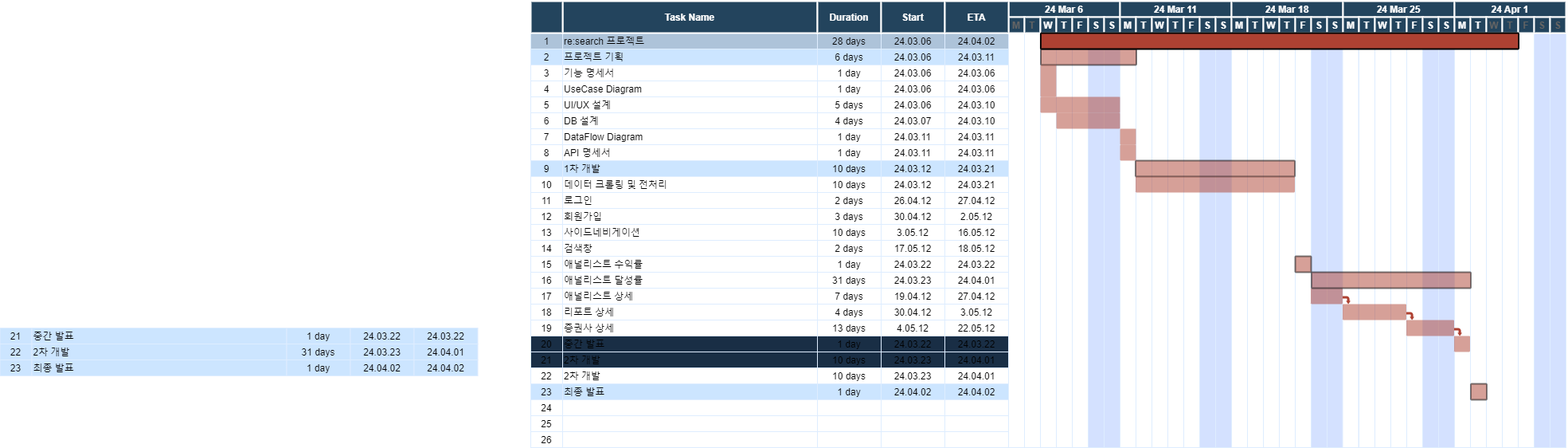
This is diagram/Gantt.drawio.png from PDA-stockX/research-crawling, a draw.io export, as it was before one commit. Source tidied: cells renumbered, new cells last; positions are measured from the earlier drawing's top-left corner, leaving out a move shared by most shapes.
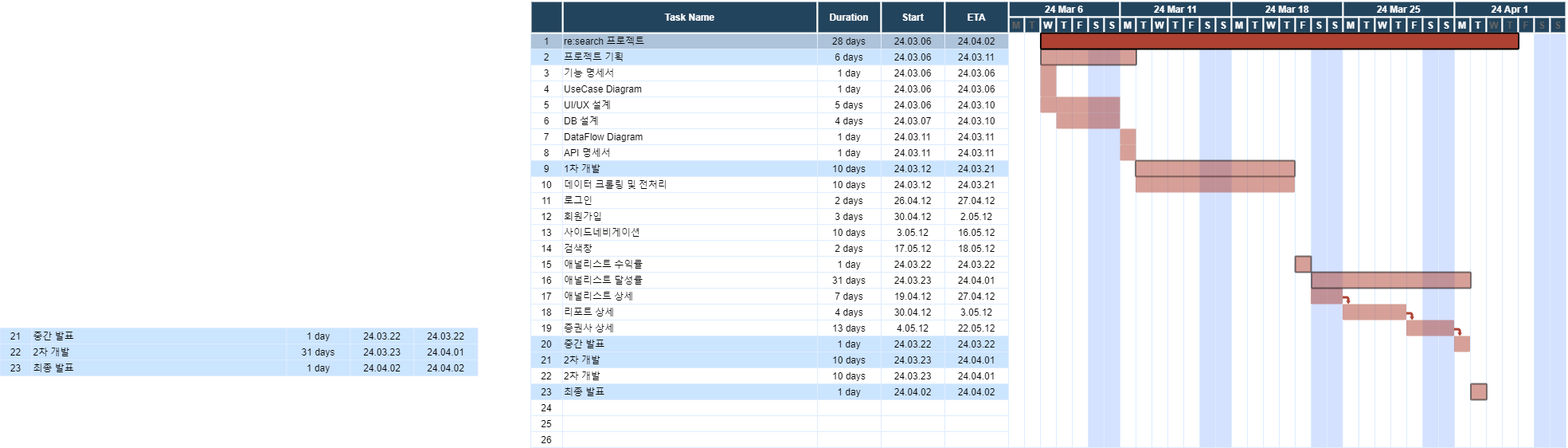
Above is the later version.

What changed in the source:
```diff
@@ -263,28 +263,28 @@
     <mxCell id="88" value="22.05.12" style="strokeColor=#DEEDFF;" parent="1" vertex="1">
       <mxGeometry x="1186.5" y="400" width="80" height="20" as="geometry" />
     </mxCell>
-    <mxCell id="89" value="20" style="strokeColor=#DEEDFF;fillColor=#192e45;" parent="1" vertex="1">
+    <mxCell id="89" value="20" style="strokeColor=#DEEDFF;fillColor=#cce5ff;" parent="1" vertex="1">
       <mxGeometry x="666.5" y="420" width="40" height="20" as="geometry" />
     </mxCell>
-    <mxCell id="90" value="1 day" style="strokeColor=#DEEDFF;fillColor=#192e45;" parent="1" vertex="1">
+    <mxCell id="90" value="1 day" style="strokeColor=#DEEDFF;fillColor=#cce5ff;" parent="1" vertex="1">
       <mxGeometry x="1026.5" y="420" width="80" height="20" as="geometry" />
     </mxCell>
-    <mxCell id="91" value="24.03.22" style="strokeColor=#DEEDFF;fillColor=#192e45;" parent="1" vertex="1">
+    <mxCell id="91" value="24.03.22" style="strokeColor=#DEEDFF;fillColor=#cce5ff;" parent="1" vertex="1">
       <mxGeometry x="1106.5" y="420" width="80" height="20" as="geometry" />
     </mxCell>
-    <mxCell id="92" value="24.03.22" style="strokeColor=#DEEDFF;fillColor=#192e45;" parent="1" vertex="1">
+    <mxCell id="92" value="24.03.22" style="strokeColor=#DEEDFF;fillColor=#cce5ff;" parent="1" vertex="1">
       <mxGeometry x="1186.5" y="420" width="80" height="20" as="geometry" />
     </mxCell>
-    <mxCell id="93" value="21" style="strokeColor=#DEEDFF;fillColor=#192e45;" parent="1" vertex="1">
+    <mxCell id="93" value="21" style="strokeColor=#DEEDFF;fillColor=#cce5ff;" parent="1" vertex="1">
       <mxGeometry x="666.5" y="440" width="40" height="20" as="geometry" />
     </mxCell>
-    <mxCell id="94" value="10 days" style="strokeColor=#DEEDFF;fillColor=#192e45;" parent="1" vertex="1">
+    <mxCell id="94" value="10 days" style="strokeColor=#DEEDFF;fillColor=#cce5ff;" parent="1" vertex="1">
       <mxGeometry x="1026.5" y="440" width="80" height="20" as="geometry" />
     </mxCell>
-    <mxCell id="95" value="24.03.23" style="strokeColor=#DEEDFF;fillColor=#192e45;" parent="1" vertex="1">
+    <mxCell id="95" value="24.03.23" style="strokeColor=#DEEDFF;fillColor=#cce5ff;" parent="1" vertex="1">
       <mxGeometry x="1106.5" y="440" width="80" height="20" as="geometry" />
     </mxCell>
-    <mxCell id="96" value="24.04.01" style="strokeColor=#DEEDFF;fillColor=#192e45;" parent="1" vertex="1">
+    <mxCell id="96" value="24.04.01" style="strokeColor=#DEEDFF;fillColor=#cce5ff;" parent="1" vertex="1">
       <mxGeometry x="1186.5" y="440" width="80" height="20" as="geometry" />
     </mxCell>
     <mxCell id="97" value="22" style="strokeColor=#DEEDFF;" parent="1" vertex="1">
@@ -728,10 +728,10 @@
     <mxCell id="243" value="증권사 상세" style="align=left;strokeColor=#DEEDFF;" parent="1" vertex="1">
       <mxGeometry x="706.5" y="400" width="320" height="20" as="geometry" />
     </mxCell>
-    <mxCell id="244" value="중간 발표" style="align=left;strokeColor=#DEEDFF;fillColor=#192e45;" parent="1" vertex="1">
+    <mxCell id="244" value="중간 발표" style="align=left;strokeColor=#DEEDFF;fillColor=#cce5ff;" parent="1" vertex="1">
       <mxGeometry x="706.5" y="420" width="320" height="20" as="geometry" />
     </mxCell>
-    <mxCell id="245" value="2차 개발" style="align=left;strokeColor=#DEEDFF;fillColor=#192e45;" parent="1" vertex="1">
+    <mxCell id="245" value="2차 개발" style="align=left;strokeColor=#DEEDFF;fillColor=#cce5ff;" parent="1" vertex="1">
       <mxGeometry x="706.5" y="440" width="320" height="20" as="geometry" />
     </mxCell>
   </root>
```
